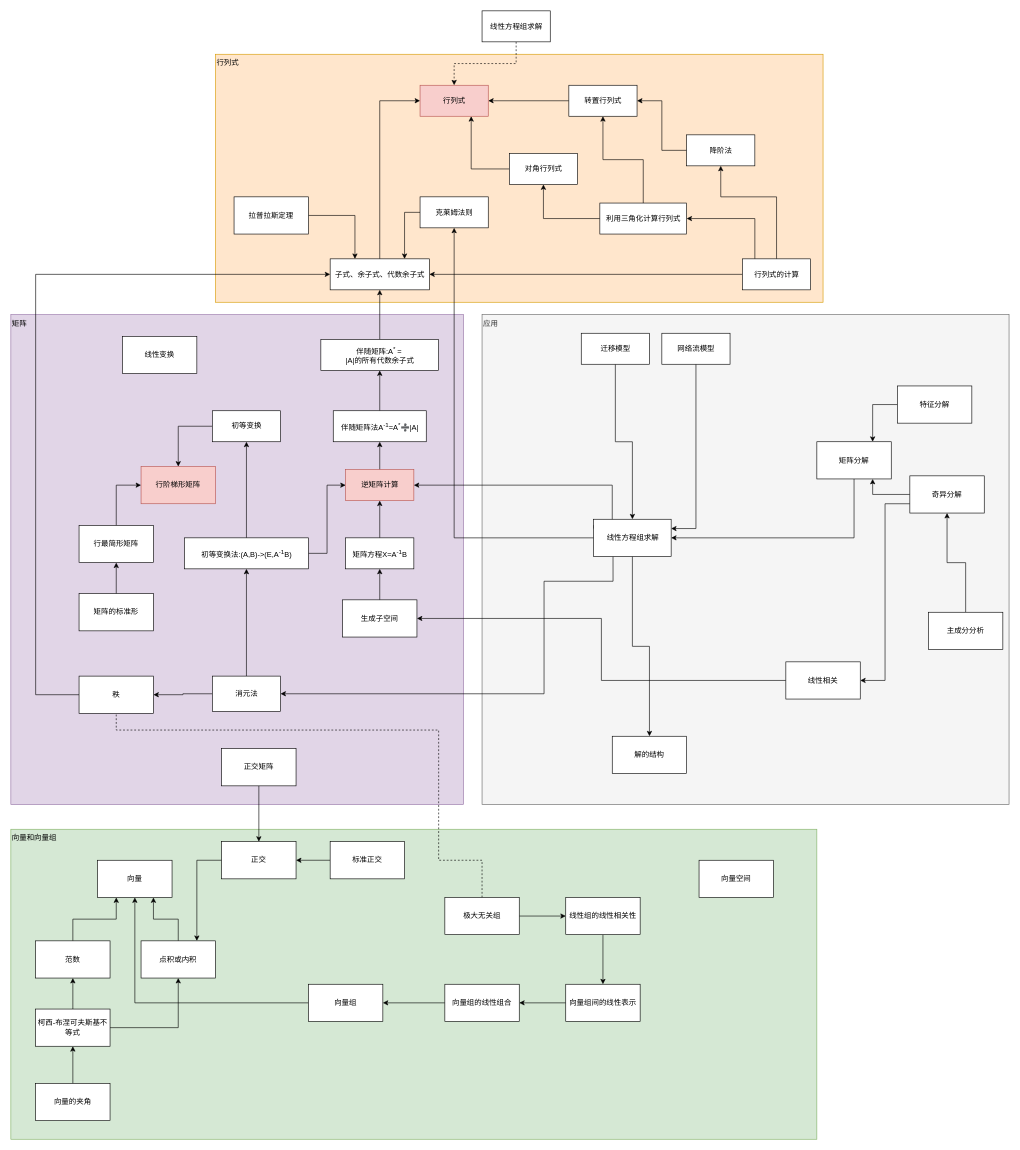
Earlier version of the draw.io diagram liner_algebra.drawio (brendonlin/myflowchart). Source tidied: cells renumbered, new cells numbered last; positions are measured from the earlier drawing's top-left corner, leaving out a move shared by most shapes. Both pictures are drawn from the tidied source at 62%, with x=0, y=0 at pixel (11, 11).
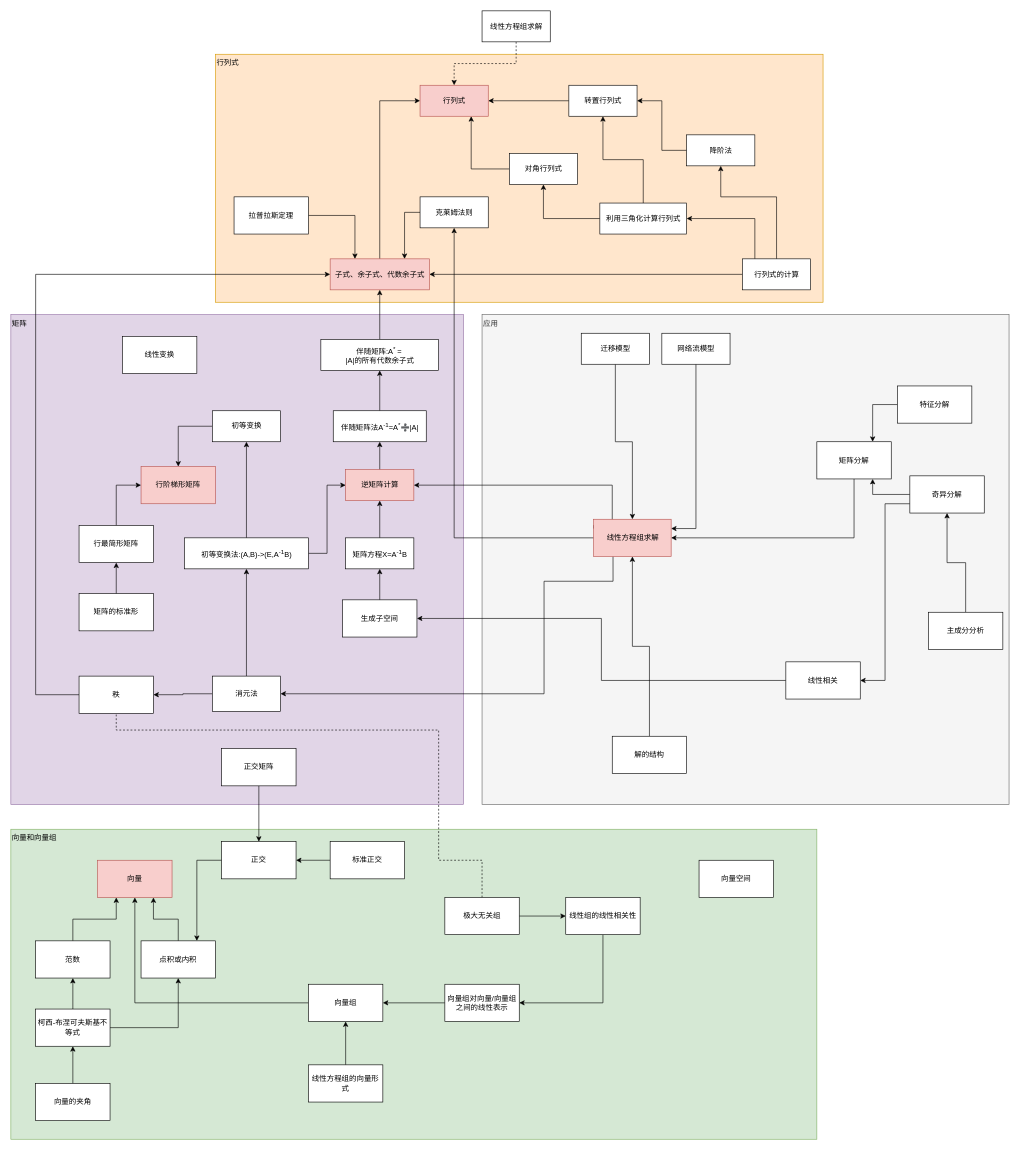
The same diagram, later.

The change refers to these unchanged cells:
```xml
<mxCell id="86" value="向量组" style="rounded=0;whiteSpace=wrap;html=1;align=center;" parent="1" vertex="1">
  <mxGeometry x="480" y="1570" width="120" height="60" as="geometry" />
</mxCell>
<mxCell id="92" value="线性组的线性相关性" style="rounded=0;whiteSpace=wrap;html=1;align=center;" parent="1" vertex="1">
  <mxGeometry x="895" y="1430" width="120" height="60" as="geometry" />
</mxCell>
<mxCell id="96" value="解的结构" style="rounded=0;whiteSpace=wrap;html=1;align=center;" parent="1" vertex="1">
  <mxGeometry x="970" y="1170" width="120" height="60" as="geometry" />
</mxCell>
```

The edit, as a diff of the source:
```diff
@@
-    <mxCell id="10" value="子式、余子式、代数余子式" style="html=1;" parent="1" vertex="1">
+    <mxCell id="10" value="子式、余子式、代数余子式" style="html=1;fillColor=#f8cecc;strokeColor=#b85450;" parent="1" vertex="1">
       <mxGeometry x="515" y="400" width="160" height="50" as="geometry" />
     </mxCell>
@@
-    <mxCell id="35" style="edgeStyle=orthogonalEdgeStyle;rounded=0;jettySize=auto;html=1;endArrow=classic;endFill=1;" parent="1" edge="1" source="36" target="96">
-      <mxGeometry relative="1" as="geometry" />
-    </mxCell>
-    <mxCell id="36" value="线性方程组求解" style="html=1;" parent="1" vertex="1">
+    <mxCell id="36" value="线性方程组求解" style="html=1;fillColor=#f8cecc;strokeColor=#b85450;" parent="1" vertex="1">
       <mxGeometry x="940" y="820" width="125" height="60" as="geometry" />
     </mxCell>
@@
-    <mxCell id="62" value="向量" style="rounded=0;whiteSpace=wrap;html=1;align=center;" parent="1" vertex="1">
+    <mxCell id="62" value="向量" style="rounded=0;whiteSpace=wrap;html=1;align=center;fillColor=#f8cecc;strokeColor=#b85450;" parent="1" vertex="1">
       <mxGeometry x="140" y="1370" width="120" height="60" as="geometry" />
     </mxCell>
@@
-    <mxCell id="88" value="向量组的线性组合" style="rounded=0;whiteSpace=wrap;html=1;align=center;" parent="1" vertex="1">
+    <mxCell id="88" value="向量组对向量/向量组之间的线性表示" style="rounded=0;whiteSpace=wrap;html=1;align=center;" parent="1" vertex="1">
       <mxGeometry x="700" y="1570" width="120" height="60" as="geometry" />
     </mxCell>
-    <mxCell id="89" style="edgeStyle=orthogonalEdgeStyle;rounded=0;jettySize=auto;html=1;" parent="1" edge="1" source="90" target="88">
-      <mxGeometry relative="1" as="geometry" />
-    </mxCell>
-    <mxCell id="90" value="向量组间的线性表示" style="rounded=0;whiteSpace=wrap;html=1;align=center;" parent="1" vertex="1">
-      <mxGeometry x="895" y="1570" width="120" height="60" as="geometry" />
-    </mxCell>
-    <mxCell id="91" style="edgeStyle=orthogonalEdgeStyle;rounded=0;jettySize=auto;html=1;" parent="1" edge="1" source="92" target="90">
-      <mxGeometry relative="1" as="geometry" />
+    <mxCell id="91" style="edgeStyle=orthogonalEdgeStyle;rounded=0;jettySize=auto;html=1;entryX=1;entryY=0.5;entryDx=0;entryDy=0;" parent="1" edge="1" source="92" target="88">
+      <mxGeometry relative="1" as="geometry">
+        <Array as="points">
+          <mxPoint x="955" y="1600" />
+        </Array>
+      </mxGeometry>
     </mxCell>
@@
+    <mxCell id="103" style="edgeStyle=orthogonalEdgeStyle;rounded=0;jettySize=auto;html=1;" parent="1" edge="1" source="96" target="36">
+      <mxGeometry relative="1" as="geometry" />
+    </mxCell>
@@
+    <mxCell id="104" style="edgeStyle=orthogonalEdgeStyle;rounded=0;jettySize=auto;html=1;entryX=0.5;entryY=1;entryDx=0;entryDy=0;" parent="1" edge="1" source="105" target="86">
+      <mxGeometry relative="1" as="geometry" />
+    </mxCell>
+    <mxCell id="105" value="线性方程组的向量形式" style="rounded=0;whiteSpace=wrap;html=1;" parent="1" vertex="1">
+      <mxGeometry x="480" y="1700" width="120" height="60" as="geometry" />
+    </mxCell>
```
